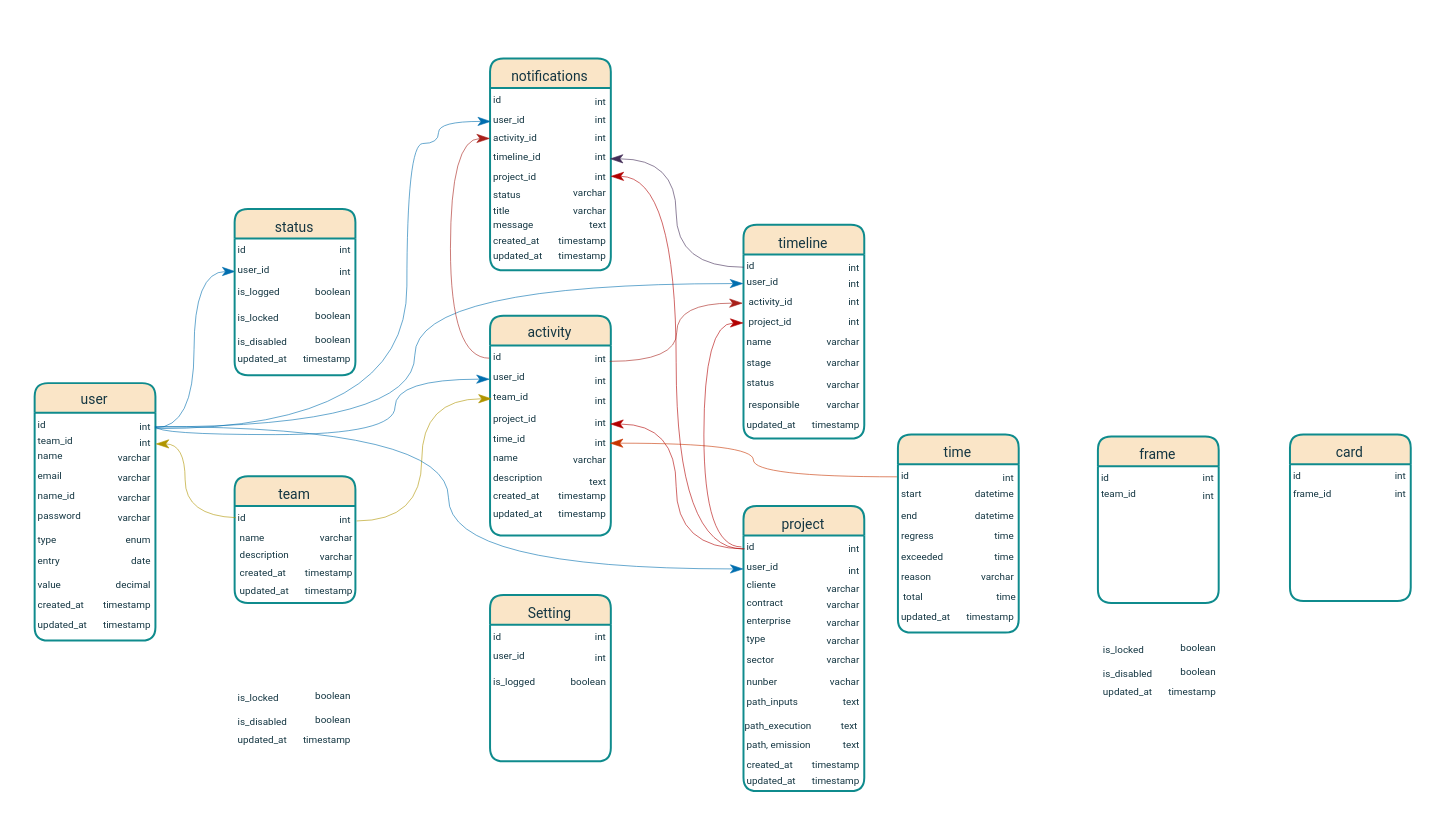
This is Banco Kairos.drawio from Avflux/drawio, a draw.io file, before an edit. Source tidied: cells renumbered, new cells numbered last; positions are measured from the earlier drawing's top-left corner, leaving out a move shared by most shapes. Both pictures are drawn from the tidied source at 198%, with x=0, y=0 at pixel (34, 57).
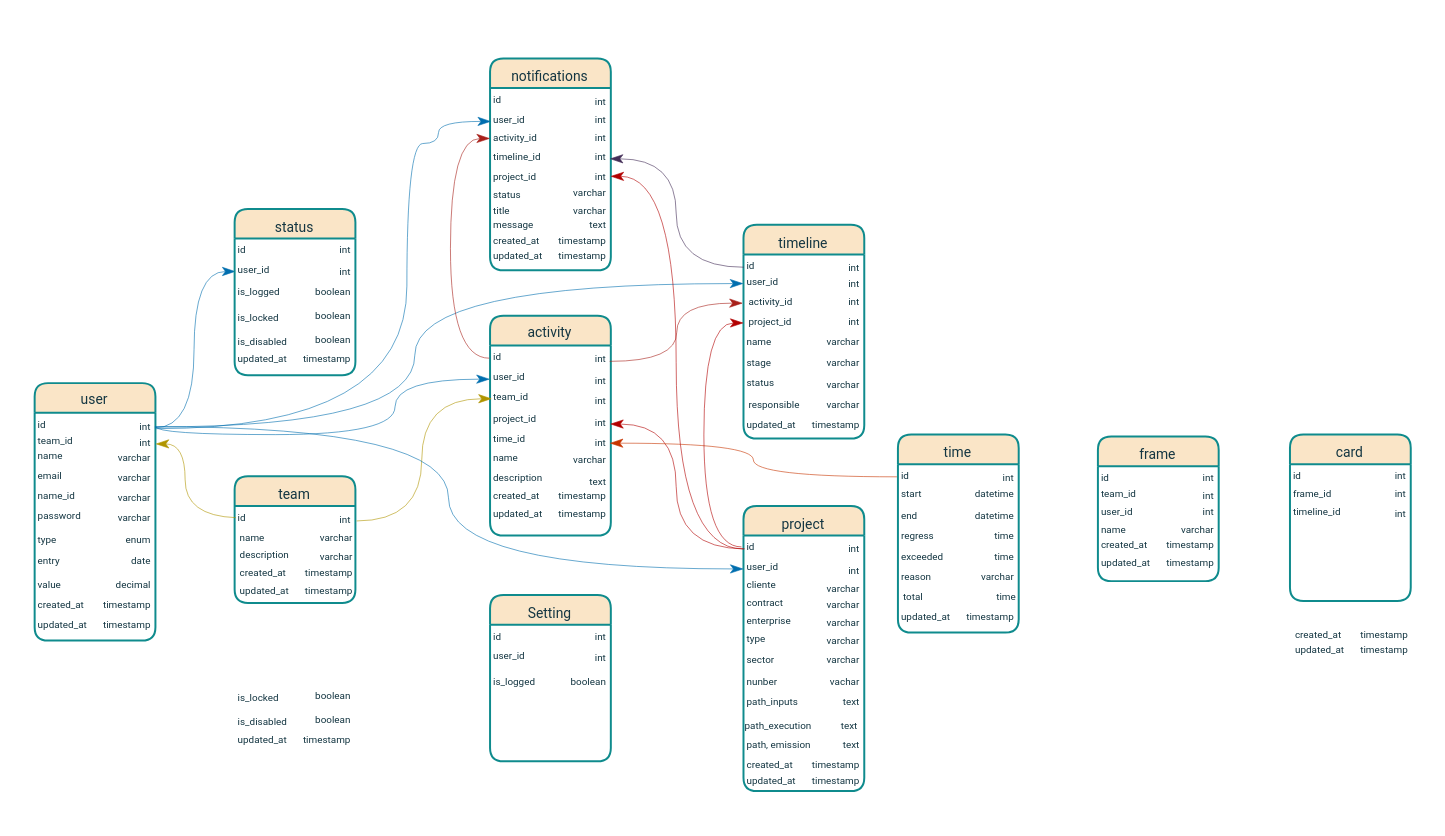
The same diagram, later.

The change refers to these unchanged cells:
```xml
<mxCell id="184" value="&lt;p&gt;&lt;font face=&quot;Roboto&quot;&gt;&lt;span style=&quot;font-size: 7px; font-weight: 400;&quot;&gt;card&lt;/span&gt;&lt;/font&gt;&lt;/p&gt;" style="swimlane;whiteSpace=wrap;html=1;hachureGap=4;fontFamily=Architects Daughter;startSize=15;strokeWidth=1;swimlaneLine=1;glass=0;rounded=1;shadow=0;align=center;labelBackgroundColor=none;fillColor=#FAE5C7;strokeColor=#0F8B8D;fontColor=#143642;" parent="1" vertex="1">
  <mxGeometry x="634" y="190" width="61" height="84" as="geometry" />
</mxCell>
```

What changed in the source:
```diff
@@
     <mxCell id="179" value="&lt;p&gt;&lt;font face=&quot;Roboto&quot;&gt;&lt;span style=&quot;font-size: 7px; font-weight: 400;&quot;&gt;frame&lt;/span&gt;&lt;/font&gt;&lt;/p&gt;" style="swimlane;whiteSpace=wrap;html=1;hachureGap=4;fontFamily=Architects Daughter;startSize=15;strokeWidth=1;swimlaneLine=1;glass=0;rounded=1;shadow=0;align=center;labelBackgroundColor=none;fillColor=#FAE5C7;strokeColor=#0F8B8D;fontColor=#143642;" parent="1" vertex="1">
-      <mxGeometry x="537" y="191" width="61" height="84" as="geometry" />
+      <mxGeometry x="537" y="191" width="61" height="73" as="geometry" />
     </mxCell>
@@
+    <mxCell id="190" value="&lt;font face=&quot;Roboto&quot;&gt;&lt;span style=&quot;font-size: 5px;&quot;&gt;int&lt;/span&gt;&lt;/font&gt;" style="text;html=1;align=right;verticalAlign=middle;strokeColor=none;fillColor=none;fontFamily=Architects Daughter;labelBackgroundColor=none;fontColor=#143642;" parent="179" vertex="1">
+      <mxGeometry x="36" y="22" width="24" height="28" as="geometry" />
+    </mxCell>
+    <mxCell id="189" value="&lt;font face=&quot;Roboto&quot;&gt;&lt;span style=&quot;font-size: 5px;&quot;&gt;user_id&lt;/span&gt;&lt;/font&gt;" style="text;html=1;align=left;verticalAlign=middle;strokeColor=none;fillColor=none;fontFamily=Architects Daughter;labelBackgroundColor=none;fontColor=#143642;" parent="179" vertex="1">
+      <mxGeometry y="22" width="34" height="28" as="geometry" />
+    </mxCell>
+    <mxCell id="195" value="&lt;font face=&quot;Roboto&quot;&gt;&lt;span style=&quot;font-size: 5px;&quot;&gt;varchar&lt;/span&gt;&lt;/font&gt;" style="text;html=1;align=right;verticalAlign=middle;strokeColor=none;fillColor=none;fontFamily=Architects Daughter;labelBackgroundColor=none;fontColor=#143642;" parent="179" vertex="1">
+      <mxGeometry x="26" y="31" width="34" height="28" as="geometry" />
+    </mxCell>
+    <mxCell id="196" value="&lt;font face=&quot;Roboto&quot;&gt;&lt;span style=&quot;font-size: 5px;&quot;&gt;name&lt;/span&gt;&lt;/font&gt;" style="text;html=1;align=left;verticalAlign=middle;strokeColor=none;fillColor=none;fontFamily=Architects Daughter;labelBackgroundColor=none;fontColor=#143642;" parent="179" vertex="1">
+      <mxGeometry y="31" width="30" height="28" as="geometry" />
+    </mxCell>
+    <mxCell id="197" value="&lt;font face=&quot;Roboto&quot;&gt;&lt;span style=&quot;font-size: 5px;&quot;&gt;created_at&lt;/span&gt;&lt;/font&gt;" style="text;html=1;align=left;verticalAlign=middle;strokeColor=none;fillColor=none;fontFamily=Architects Daughter;labelBackgroundColor=none;fontColor=#143642;" parent="179" vertex="1">
+      <mxGeometry y="39" width="41" height="27" as="geometry" />
+    </mxCell>
+    <mxCell id="198" value="&lt;font face=&quot;Roboto&quot;&gt;&lt;span style=&quot;font-size: 5px;&quot;&gt;timestamp&lt;/span&gt;&lt;/font&gt;" style="text;html=1;align=right;verticalAlign=middle;strokeColor=none;fillColor=none;fontFamily=Architects Daughter;labelBackgroundColor=none;fontColor=#143642;" parent="179" vertex="1">
+      <mxGeometry x="18" y="39" width="42" height="27" as="geometry" />
+    </mxCell>
+    <mxCell id="199" value="&lt;font face=&quot;Roboto&quot;&gt;&lt;span style=&quot;font-size: 5px;&quot;&gt;updated_at&lt;/span&gt;&lt;/font&gt;" style="text;html=1;align=left;verticalAlign=middle;strokeColor=none;fillColor=none;fontFamily=Architects Daughter;labelBackgroundColor=none;fontColor=#143642;" parent="179" vertex="1">
+      <mxGeometry y="48" width="43" height="27" as="geometry" />
+    </mxCell>
+    <mxCell id="200" value="&lt;font face=&quot;Roboto&quot;&gt;&lt;span style=&quot;font-size: 5px;&quot;&gt;timestamp&lt;/span&gt;&lt;/font&gt;" style="text;html=1;align=right;verticalAlign=middle;strokeColor=none;fillColor=none;fontFamily=Architects Daughter;labelBackgroundColor=none;fontColor=#143642;" parent="179" vertex="1">
+      <mxGeometry x="18" y="48" width="42" height="27" as="geometry" />
+    </mxCell>
@@
-    <mxCell id="189" value="&lt;font face=&quot;Roboto&quot;&gt;&lt;span style=&quot;font-size: 5px;&quot;&gt;is_locked&lt;/span&gt;&lt;/font&gt;" style="text;html=1;align=left;verticalAlign=middle;strokeColor=none;fillColor=none;fontFamily=Architects Daughter;labelBackgroundColor=none;fontColor=#143642;" parent="1" vertex="1">
-      <mxGeometry x="538" y="283" width="37" height="27" as="geometry" />
-    </mxCell>
-    <mxCell id="190" value="&lt;font face=&quot;Roboto&quot;&gt;&lt;span style=&quot;font-size: 5px;&quot;&gt;boolean&lt;/span&gt;&lt;/font&gt;" style="text;html=1;align=right;verticalAlign=middle;strokeColor=none;fillColor=none;fontFamily=Architects Daughter;labelBackgroundColor=none;fontColor=#143642;" parent="1" vertex="1">
-      <mxGeometry x="562" y="282" width="36" height="28" as="geometry" />
-    </mxCell>
-    <mxCell id="191" value="&lt;font face=&quot;Roboto&quot;&gt;&lt;span style=&quot;font-size: 5px;&quot;&gt;is_disabled&lt;/span&gt;&lt;/font&gt;" style="text;html=1;align=left;verticalAlign=middle;strokeColor=none;fillColor=none;fontFamily=Architects Daughter;labelBackgroundColor=none;fontColor=#143642;" parent="1" vertex="1">
-      <mxGeometry x="538" y="295" width="41" height="27" as="geometry" />
-    </mxCell>
-    <mxCell id="192" value="&lt;font face=&quot;Roboto&quot;&gt;&lt;span style=&quot;font-size: 5px;&quot;&gt;boolean&lt;/span&gt;&lt;/font&gt;" style="text;html=1;align=right;verticalAlign=middle;strokeColor=none;fillColor=none;fontFamily=Architects Daughter;labelBackgroundColor=none;fontColor=#143642;" parent="1" vertex="1">
-      <mxGeometry x="562" y="294" width="36" height="28" as="geometry" />
-    </mxCell>
-    <mxCell id="193" value="&lt;font face=&quot;Roboto&quot;&gt;&lt;span style=&quot;font-size: 5px;&quot;&gt;timestamp&lt;/span&gt;&lt;/font&gt;" style="text;html=1;align=right;verticalAlign=middle;strokeColor=none;fillColor=none;fontFamily=Architects Daughter;labelBackgroundColor=none;fontColor=#143642;" parent="1" vertex="1">
-      <mxGeometry x="556" y="304" width="42" height="27" as="geometry" />
-    </mxCell>
-    <mxCell id="194" value="&lt;font face=&quot;Roboto&quot;&gt;&lt;span style=&quot;font-size: 5px;&quot;&gt;updated_at&lt;/span&gt;&lt;/font&gt;" style="text;html=1;align=left;verticalAlign=middle;strokeColor=none;fillColor=none;fontFamily=Architects Daughter;labelBackgroundColor=none;fontColor=#143642;" parent="1" vertex="1">
-      <mxGeometry x="538" y="304" width="43" height="27" as="geometry" />
-    </mxCell>
+    <mxCell id="201" value="&lt;font face=&quot;Roboto&quot; style=&quot;font-size: 5px;&quot;&gt;timeline_id&lt;/font&gt;" style="text;html=1;align=left;verticalAlign=middle;strokeColor=none;fillColor=none;fontFamily=Architects Daughter;labelBackgroundColor=none;fontColor=#143642;" parent="184" vertex="1">
+      <mxGeometry y="24" width="42" height="28" as="geometry" />
+    </mxCell>
+    <mxCell id="202" value="&lt;font face=&quot;Roboto&quot;&gt;&lt;span style=&quot;font-size: 5px;&quot;&gt;int&lt;/span&gt;&lt;/font&gt;" style="text;html=1;align=right;verticalAlign=middle;strokeColor=none;fillColor=none;fontFamily=Architects Daughter;labelBackgroundColor=none;fontColor=#143642;" parent="184" vertex="1">
+      <mxGeometry x="36" y="24" width="24" height="27" as="geometry" />
+    </mxCell>
+    <mxCell id="203" value="&lt;font face=&quot;Roboto&quot;&gt;&lt;span style=&quot;font-size: 5px;&quot;&gt;created_at&lt;/span&gt;&lt;/font&gt;" style="text;html=1;align=left;verticalAlign=middle;strokeColor=none;fillColor=none;fontFamily=Architects Daughter;labelBackgroundColor=none;fontColor=#143642;" parent="1" vertex="1">
+      <mxGeometry x="635" y="275" width="41" height="27" as="geometry" />
+    </mxCell>
+    <mxCell id="204" value="&lt;font face=&quot;Roboto&quot;&gt;&lt;span style=&quot;font-size: 5px;&quot;&gt;timestamp&lt;/span&gt;&lt;/font&gt;" style="text;html=1;align=right;verticalAlign=middle;strokeColor=none;fillColor=none;fontFamily=Architects Daughter;labelBackgroundColor=none;fontColor=#143642;" parent="1" vertex="1">
+      <mxGeometry x="653" y="275" width="42" height="27" as="geometry" />
+    </mxCell>
+    <mxCell id="205" value="&lt;font face=&quot;Roboto&quot;&gt;&lt;span style=&quot;font-size: 5px;&quot;&gt;updated_at&lt;/span&gt;&lt;/font&gt;" style="text;html=1;align=left;verticalAlign=middle;strokeColor=none;fillColor=none;fontFamily=Architects Daughter;labelBackgroundColor=none;fontColor=#143642;" parent="1" vertex="1">
+      <mxGeometry x="635" y="283" width="43" height="27" as="geometry" />
+    </mxCell>
+    <mxCell id="206" value="&lt;font face=&quot;Roboto&quot;&gt;&lt;span style=&quot;font-size: 5px;&quot;&gt;timestamp&lt;/span&gt;&lt;/font&gt;" style="text;html=1;align=right;verticalAlign=middle;strokeColor=none;fillColor=none;fontFamily=Architects Daughter;labelBackgroundColor=none;fontColor=#143642;" parent="1" vertex="1">
+      <mxGeometry x="653" y="283" width="42" height="27" as="geometry" />
+    </mxCell>
```
